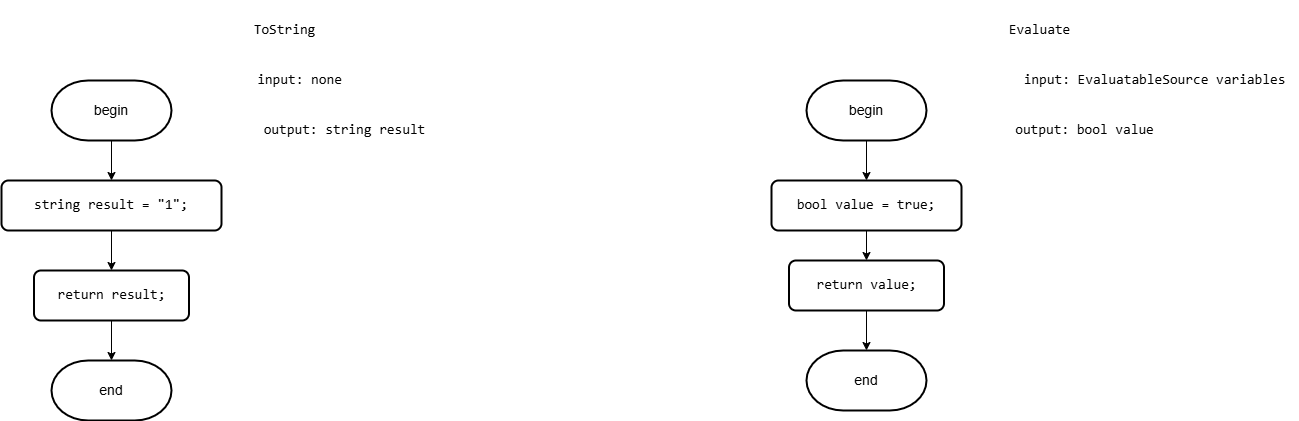
Earlier version of the draw.io export Diagrams/images/Truth.drawio.png (slavikovics/FictionalVariables). Source tidied: cells renumbered, new cells last; positions are measured from the earlier drawing's top-left corner, leaving out a move shared by most shapes.
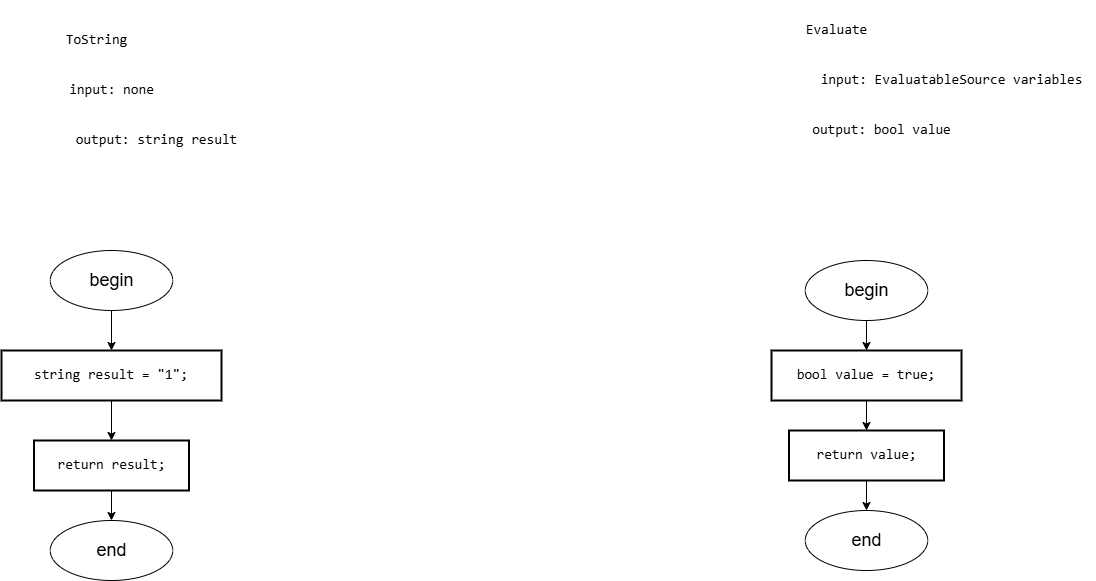
The same diagram one commit later.

Change to the diagram source:
```diff
@@ -3,64 +3,64 @@
     <mxCell id="0" />
     <mxCell id="1" parent="0" />
     <mxCell id="2" value="&lt;pre style=&quot;font-family: &amp;quot;JetBrains Mono&amp;quot;, monospace;&quot;&gt;Evaluate&lt;/pre&gt;" style="text;html=1;align=center;verticalAlign=middle;strokeColor=none;fillColor=none;fontSize=14;labelBackgroundColor=none;fontColor=#000000;" parent="1" vertex="1">
-      <mxGeometry x="992.5" width="90" height="60" as="geometry" />
+      <mxGeometry x="790" y="-170" width="90" height="60" as="geometry" />
     </mxCell>
-    <mxCell id="3" style="edgeStyle=orthogonalEdgeStyle;rounded=0;jettySize=auto;html=1;exitX=0.5;exitY=1;exitDx=0;exitDy=0;exitPerimeter=0;entryX=0.5;entryY=0;entryDx=0;entryDy=0;fontSize=14;labelBackgroundColor=none;fontColor=#000000;" parent="1" edge="1" source="4" target="6">
-      <mxGeometry relative="1" as="geometry" />
-    </mxCell>
-    <mxCell id="4" value="begin" style="strokeWidth=2;html=1;shape=mxgraph.flowchart.terminator;whiteSpace=wrap;fontSize=14;labelBackgroundColor=none;fontColor=#000000;" parent="1" vertex="1">
-      <mxGeometry x="805" y="80" width="120" height="60" as="geometry" />
-    </mxCell>
     <mxCell id="5" style="edgeStyle=orthogonalEdgeStyle;rounded=0;jettySize=auto;html=1;exitX=0.5;exitY=1;exitDx=0;exitDy=0;fontSize=14;labelBackgroundColor=none;fontColor=#000000;" parent="1" edge="1" source="6" target="20">
       <mxGeometry relative="1" as="geometry" />
     </mxCell>
-    <mxCell id="6" value="&lt;div style=&quot;&quot;&gt;&lt;pre style=&quot;font-family: &amp;quot;JetBrains Mono&amp;quot;, monospace;&quot;&gt;&lt;pre style=&quot;font-family: &amp;quot;JetBrains Mono&amp;quot;, monospace;&quot;&gt;&lt;pre style=&quot;font-family: &amp;quot;JetBrains Mono&amp;quot;, monospace;&quot;&gt;&lt;pre style=&quot;font-family: &amp;quot;JetBrains Mono&amp;quot;, monospace;&quot;&gt;&lt;div&gt;&lt;pre style=&quot;font-family: &amp;quot;JetBrains Mono&amp;quot;, monospace;&quot;&gt;&lt;span style=&quot;&quot;&gt;bool &lt;/span&gt;&lt;span style=&quot;&quot;&gt;value &lt;/span&gt;= &lt;span style=&quot;&quot;&gt;true&lt;/span&gt;;&lt;/pre&gt;&lt;/div&gt;&lt;/pre&gt;&lt;/pre&gt;&lt;/pre&gt;&lt;/pre&gt;&lt;/div&gt;" style="rounded=1;whiteSpace=wrap;html=1;absoluteArcSize=1;arcSize=14;strokeWidth=2;fontSize=14;labelBackgroundColor=none;fontColor=#000000;" parent="1" vertex="1">
+    <mxCell id="6" value="&lt;div style=&quot;&quot;&gt;&lt;pre style=&quot;font-family: &amp;quot;JetBrains Mono&amp;quot;, monospace;&quot;&gt;&lt;pre style=&quot;font-family: &amp;quot;JetBrains Mono&amp;quot;, monospace;&quot;&gt;&lt;pre style=&quot;font-family: &amp;quot;JetBrains Mono&amp;quot;, monospace;&quot;&gt;&lt;pre style=&quot;font-family: &amp;quot;JetBrains Mono&amp;quot;, monospace;&quot;&gt;&lt;div&gt;&lt;pre style=&quot;font-family: &amp;quot;JetBrains Mono&amp;quot;, monospace;&quot;&gt;&lt;span style=&quot;&quot;&gt;bool &lt;/span&gt;&lt;span style=&quot;&quot;&gt;value &lt;/span&gt;= &lt;span style=&quot;&quot;&gt;true&lt;/span&gt;;&lt;/pre&gt;&lt;/div&gt;&lt;/pre&gt;&lt;/pre&gt;&lt;/pre&gt;&lt;/pre&gt;&lt;/div&gt;" style="rounded=0;whiteSpace=wrap;html=1;absoluteArcSize=1;arcSize=14;strokeWidth=2;fontSize=14;labelBackgroundColor=none;fontColor=#000000;" parent="1" vertex="1">
       <mxGeometry x="770" y="180" width="190" height="50" as="geometry" />
     </mxCell>
     <mxCell id="7" value="&lt;pre style=&quot;font-family: &amp;quot;JetBrains Mono&amp;quot;, monospace;&quot;&gt;input: EvaluatableSource variables&lt;/pre&gt;" style="text;html=1;align=center;verticalAlign=middle;strokeColor=none;fillColor=none;fontSize=14;labelBackgroundColor=none;fontColor=#000000;" parent="1" vertex="1">
-      <mxGeometry x="1007.5" y="50" width="290" height="60" as="geometry" />
+      <mxGeometry x="805" y="-120" width="290" height="60" as="geometry" />
     </mxCell>
     <mxCell id="8" value="&lt;pre style=&quot;font-family: &amp;quot;JetBrains Mono&amp;quot;, monospace;&quot;&gt;output: bool value&lt;/pre&gt;" style="text;html=1;align=center;verticalAlign=middle;strokeColor=none;fillColor=none;fontSize=14;labelBackgroundColor=none;fontColor=#000000;" parent="1" vertex="1">
-      <mxGeometry x="1002.5" y="100" width="160" height="60" as="geometry" />
+      <mxGeometry x="800" y="-70" width="160" height="60" as="geometry" />
     </mxCell>
-    <mxCell id="9" value="end" style="strokeWidth=2;html=1;shape=mxgraph.flowchart.terminator;whiteSpace=wrap;fontSize=14;labelBackgroundColor=none;fontColor=#000000;" parent="1" vertex="1">
-      <mxGeometry x="805" y="350" width="120" height="60" as="geometry" />
-    </mxCell>
     <mxCell id="10" value="&lt;pre style=&quot;font-family: &amp;quot;JetBrains Mono&amp;quot;, monospace;&quot;&gt;ToString&lt;/pre&gt;" style="text;html=1;align=center;verticalAlign=middle;strokeColor=none;fillColor=none;fontSize=14;labelBackgroundColor=none;fontColor=#000000;" parent="1" vertex="1">
-      <mxGeometry x="237.5" width="90" height="60" as="geometry" />
+      <mxGeometry x="50" y="-160" width="90" height="60" as="geometry" />
     </mxCell>
-    <mxCell id="11" style="edgeStyle=orthogonalEdgeStyle;rounded=0;jettySize=auto;html=1;exitX=0.5;exitY=1;exitDx=0;exitDy=0;exitPerimeter=0;entryX=0.5;entryY=0;entryDx=0;entryDy=0;fontSize=14;labelBackgroundColor=none;fontColor=#000000;" parent="1" edge="1" source="12" target="14">
-      <mxGeometry relative="1" as="geometry" />
-    </mxCell>
-    <mxCell id="12" value="begin" style="strokeWidth=2;html=1;shape=mxgraph.flowchart.terminator;whiteSpace=wrap;fontSize=14;labelBackgroundColor=none;fontColor=#000000;" parent="1" vertex="1">
-      <mxGeometry x="50" y="80" width="120" height="60" as="geometry" />
-    </mxCell>
     <mxCell id="13" style="edgeStyle=orthogonalEdgeStyle;rounded=0;jettySize=auto;html=1;exitX=0.5;exitY=1;exitDx=0;exitDy=0;fontSize=14;labelBackgroundColor=none;fontColor=#000000;" parent="1" edge="1" source="14" target="18">
       <mxGeometry relative="1" as="geometry" />
     </mxCell>
-    <mxCell id="14" value="&lt;div style=&quot;&quot;&gt;&lt;pre style=&quot;font-family: &amp;quot;JetBrains Mono&amp;quot;, monospace;&quot;&gt;&lt;pre style=&quot;font-family: &amp;quot;JetBrains Mono&amp;quot;, monospace;&quot;&gt;&lt;pre style=&quot;font-family: &amp;quot;JetBrains Mono&amp;quot;, monospace;&quot;&gt;&lt;pre style=&quot;font-family: &amp;quot;JetBrains Mono&amp;quot;, monospace;&quot;&gt;&lt;pre style=&quot;font-family: &amp;quot;JetBrains Mono&amp;quot;, monospace;&quot;&gt;&lt;div&gt;&lt;pre style=&quot;font-family: &amp;quot;JetBrains Mono&amp;quot;, monospace;&quot;&gt;&lt;span style=&quot;&quot;&gt;string &lt;/span&gt;&lt;span style=&quot;&quot;&gt;result &lt;/span&gt;= &lt;span style=&quot;&quot;&gt;&quot;1&quot;&lt;/span&gt;;&lt;/pre&gt;&lt;/div&gt;&lt;/pre&gt;&lt;/pre&gt;&lt;/pre&gt;&lt;/pre&gt;&lt;/pre&gt;&lt;/div&gt;" style="rounded=1;whiteSpace=wrap;html=1;absoluteArcSize=1;arcSize=14;strokeWidth=2;fontSize=14;labelBackgroundColor=none;fontColor=#000000;" parent="1" vertex="1">
+    <mxCell id="14" value="&lt;div style=&quot;&quot;&gt;&lt;pre style=&quot;font-family: &amp;quot;JetBrains Mono&amp;quot;, monospace;&quot;&gt;&lt;pre style=&quot;font-family: &amp;quot;JetBrains Mono&amp;quot;, monospace;&quot;&gt;&lt;pre style=&quot;font-family: &amp;quot;JetBrains Mono&amp;quot;, monospace;&quot;&gt;&lt;pre style=&quot;font-family: &amp;quot;JetBrains Mono&amp;quot;, monospace;&quot;&gt;&lt;pre style=&quot;font-family: &amp;quot;JetBrains Mono&amp;quot;, monospace;&quot;&gt;&lt;div&gt;&lt;pre style=&quot;font-family: &amp;quot;JetBrains Mono&amp;quot;, monospace;&quot;&gt;&lt;span style=&quot;&quot;&gt;string &lt;/span&gt;&lt;span style=&quot;&quot;&gt;result &lt;/span&gt;= &lt;span style=&quot;&quot;&gt;&quot;1&quot;&lt;/span&gt;;&lt;/pre&gt;&lt;/div&gt;&lt;/pre&gt;&lt;/pre&gt;&lt;/pre&gt;&lt;/pre&gt;&lt;/pre&gt;&lt;/div&gt;" style="rounded=0;whiteSpace=wrap;html=1;absoluteArcSize=1;arcSize=14;strokeWidth=2;fontSize=14;labelBackgroundColor=none;fontColor=#000000;" parent="1" vertex="1">
       <mxGeometry y="180" width="220" height="50" as="geometry" />
     </mxCell>
     <mxCell id="15" value="&lt;pre style=&quot;font-family: &amp;quot;JetBrains Mono&amp;quot;, monospace;&quot;&gt;input: none&lt;/pre&gt;" style="text;html=1;align=center;verticalAlign=middle;strokeColor=none;fillColor=none;fontSize=14;labelBackgroundColor=none;fontColor=#000000;" parent="1" vertex="1">
-      <mxGeometry x="242.5" y="50" width="110" height="60" as="geometry" />
+      <mxGeometry x="55" y="-110" width="110" height="60" as="geometry" />
     </mxCell>
     <mxCell id="16" value="&lt;pre style=&quot;font-family: &amp;quot;JetBrains Mono&amp;quot;, monospace;&quot;&gt;output: string result&lt;/pre&gt;" style="text;html=1;align=center;verticalAlign=middle;strokeColor=none;fillColor=none;fontSize=14;labelBackgroundColor=none;fontColor=#000000;" parent="1" vertex="1">
-      <mxGeometry x="247.5" y="100" width="190" height="60" as="geometry" />
+      <mxGeometry x="60" y="-60" width="190" height="60" as="geometry" />
     </mxCell>
-    <mxCell id="17" value="end" style="strokeWidth=2;html=1;shape=mxgraph.flowchart.terminator;whiteSpace=wrap;fontSize=14;labelBackgroundColor=none;fontColor=#000000;" parent="1" vertex="1">
-      <mxGeometry x="50" y="360" width="120" height="60" as="geometry" />
-    </mxCell>
+    <mxCell id="22" style="edgeStyle=orthogonalEdgeStyle;rounded=0;jettySize=auto;html=1;exitX=0.5;exitY=1;exitDx=0;exitDy=0;entryX=0.5;entryY=0;entryDx=0;entryDy=0;" parent="1" edge="1" source="18" target="26">
+      <mxGeometry relative="1" as="geometry" />
+    </mxCell>
-    <mxCell id="18" value="&lt;div style=&quot;&quot;&gt;&lt;pre style=&quot;font-family: &amp;quot;JetBrains Mono&amp;quot;, monospace;&quot;&gt;&lt;pre style=&quot;font-family: &amp;quot;JetBrains Mono&amp;quot;, monospace;&quot;&gt;&lt;pre style=&quot;font-family: &amp;quot;JetBrains Mono&amp;quot;, monospace;&quot;&gt;&lt;pre style=&quot;font-family: &amp;quot;JetBrains Mono&amp;quot;, monospace;&quot;&gt;&lt;pre style=&quot;font-family: &amp;quot;JetBrains Mono&amp;quot;, monospace;&quot;&gt;&lt;pre style=&quot;font-family: &amp;quot;JetBrains Mono&amp;quot;, monospace;&quot;&gt;&lt;div&gt;&lt;pre style=&quot;font-family: &amp;quot;JetBrains Mono&amp;quot;, monospace;&quot;&gt;&lt;span style=&quot;&quot;&gt;return &lt;/span&gt;result;&lt;/pre&gt;&lt;/div&gt;&lt;/pre&gt;&lt;/pre&gt;&lt;/pre&gt;&lt;/pre&gt;&lt;/pre&gt;&lt;/pre&gt;&lt;/div&gt;" style="rounded=1;whiteSpace=wrap;html=1;absoluteArcSize=1;arcSize=14;strokeWidth=2;fontSize=14;labelBackgroundColor=none;fontColor=#000000;" parent="1" vertex="1">
+    <mxCell id="18" value="&lt;div style=&quot;&quot;&gt;&lt;pre style=&quot;font-family: &amp;quot;JetBrains Mono&amp;quot;, monospace;&quot;&gt;&lt;pre style=&quot;font-family: &amp;quot;JetBrains Mono&amp;quot;, monospace;&quot;&gt;&lt;pre style=&quot;font-family: &amp;quot;JetBrains Mono&amp;quot;, monospace;&quot;&gt;&lt;pre style=&quot;font-family: &amp;quot;JetBrains Mono&amp;quot;, monospace;&quot;&gt;&lt;pre style=&quot;font-family: &amp;quot;JetBrains Mono&amp;quot;, monospace;&quot;&gt;&lt;pre style=&quot;font-family: &amp;quot;JetBrains Mono&amp;quot;, monospace;&quot;&gt;&lt;div&gt;&lt;pre style=&quot;font-family: &amp;quot;JetBrains Mono&amp;quot;, monospace;&quot;&gt;&lt;span style=&quot;&quot;&gt;return &lt;/span&gt;result;&lt;/pre&gt;&lt;/div&gt;&lt;/pre&gt;&lt;/pre&gt;&lt;/pre&gt;&lt;/pre&gt;&lt;/pre&gt;&lt;/pre&gt;&lt;/div&gt;" style="rounded=0;whiteSpace=wrap;html=1;absoluteArcSize=1;arcSize=14;strokeWidth=2;fontSize=14;labelBackgroundColor=none;fontColor=#000000;" parent="1" vertex="1">
       <mxGeometry x="32.5" y="270" width="155" height="50" as="geometry" />
     </mxCell>
-    <mxCell id="19" style="edgeStyle=orthogonalEdgeStyle;rounded=0;jettySize=auto;html=1;exitX=0.5;exitY=1;exitDx=0;exitDy=0;entryX=0.5;entryY=0;entryDx=0;entryDy=0;entryPerimeter=0;fontSize=14;labelBackgroundColor=none;fontColor=#000000;" parent="1" edge="1" source="18" target="17">
-      <mxGeometry relative="1" as="geometry" />
-    </mxCell>
+    <mxCell id="23" style="edgeStyle=orthogonalEdgeStyle;rounded=0;jettySize=auto;html=1;exitX=0.5;exitY=1;exitDx=0;exitDy=0;entryX=0.5;entryY=0;entryDx=0;entryDy=0;" parent="1" edge="1" source="20" target="29">
+      <mxGeometry relative="1" as="geometry" />
+    </mxCell>
-    <mxCell id="20" value="&lt;div style=&quot;&quot;&gt;&lt;pre style=&quot;font-family: &amp;quot;JetBrains Mono&amp;quot;, monospace;&quot;&gt;&lt;pre style=&quot;font-family: &amp;quot;JetBrains Mono&amp;quot;, monospace;&quot;&gt;&lt;pre style=&quot;font-family: &amp;quot;JetBrains Mono&amp;quot;, monospace;&quot;&gt;&lt;pre style=&quot;font-family: &amp;quot;JetBrains Mono&amp;quot;, monospace;&quot;&gt;&lt;pre style=&quot;font-family: &amp;quot;JetBrains Mono&amp;quot;, monospace;&quot;&gt;&lt;pre style=&quot;font-family: &amp;quot;JetBrains Mono&amp;quot;, monospace;&quot;&gt;&lt;pre style=&quot;font-family: &amp;quot;JetBrains Mono&amp;quot;, monospace;&quot;&gt;&lt;div&gt;&lt;pre style=&quot;font-family: &amp;quot;JetBrains Mono&amp;quot;, monospace;&quot;&gt;&lt;span style=&quot;&quot;&gt;return &lt;/span&gt;&lt;span style=&quot;&quot;&gt;value&lt;/span&gt;;&lt;/pre&gt;&lt;/div&gt;&lt;/pre&gt;&lt;/pre&gt;&lt;/pre&gt;&lt;/pre&gt;&lt;/pre&gt;&lt;/pre&gt;&lt;/pre&gt;&lt;/div&gt;" style="rounded=1;whiteSpace=wrap;html=1;absoluteArcSize=1;arcSize=14;strokeWidth=2;fontSize=14;labelBackgroundColor=none;fontColor=#000000;" parent="1" vertex="1">
+    <mxCell id="20" value="&lt;div style=&quot;&quot;&gt;&lt;pre style=&quot;font-family: &amp;quot;JetBrains Mono&amp;quot;, monospace;&quot;&gt;&lt;pre style=&quot;font-family: &amp;quot;JetBrains Mono&amp;quot;, monospace;&quot;&gt;&lt;pre style=&quot;font-family: &amp;quot;JetBrains Mono&amp;quot;, monospace;&quot;&gt;&lt;pre style=&quot;font-family: &amp;quot;JetBrains Mono&amp;quot;, monospace;&quot;&gt;&lt;pre style=&quot;font-family: &amp;quot;JetBrains Mono&amp;quot;, monospace;&quot;&gt;&lt;pre style=&quot;font-family: &amp;quot;JetBrains Mono&amp;quot;, monospace;&quot;&gt;&lt;pre style=&quot;font-family: &amp;quot;JetBrains Mono&amp;quot;, monospace;&quot;&gt;&lt;div&gt;&lt;pre style=&quot;font-family: &amp;quot;JetBrains Mono&amp;quot;, monospace;&quot;&gt;&lt;span style=&quot;&quot;&gt;return &lt;/span&gt;&lt;span style=&quot;&quot;&gt;value&lt;/span&gt;;&lt;/pre&gt;&lt;/div&gt;&lt;/pre&gt;&lt;/pre&gt;&lt;/pre&gt;&lt;/pre&gt;&lt;/pre&gt;&lt;/pre&gt;&lt;/pre&gt;&lt;/div&gt;" style="rounded=0;whiteSpace=wrap;html=1;absoluteArcSize=1;arcSize=14;strokeWidth=2;fontSize=14;labelBackgroundColor=none;fontColor=#000000;" parent="1" vertex="1">
       <mxGeometry x="787.5" y="260" width="155" height="50" as="geometry" />
     </mxCell>
-    <mxCell id="21" style="edgeStyle=orthogonalEdgeStyle;rounded=0;jettySize=auto;html=1;exitX=0.5;exitY=1;exitDx=0;exitDy=0;entryX=0.5;entryY=0;entryDx=0;entryDy=0;entryPerimeter=0;fontSize=14;labelBackgroundColor=none;fontColor=#000000;" parent="1" edge="1" source="20" target="9">
-      <mxGeometry relative="1" as="geometry" />
-    </mxCell>
+    <mxCell id="24" style="edgeStyle=orthogonalEdgeStyle;rounded=0;jettySize=auto;html=1;exitX=0.5;exitY=1;exitDx=0;exitDy=0;entryX=0.5;entryY=0;entryDx=0;entryDy=0;" parent="1" edge="1" source="25" target="14">
+      <mxGeometry relative="1" as="geometry" />
+    </mxCell>
+    <mxCell id="25" value="&lt;font style=&quot;font-size: 18px;&quot;&gt;begin&lt;/font&gt;" style="ellipse;whiteSpace=wrap;html=1;" parent="1" vertex="1">
+      <mxGeometry x="48.8" y="80" width="122.5" height="60" as="geometry" />
+    </mxCell>
+    <mxCell id="26" value="&lt;font style=&quot;font-size: 18px;&quot;&gt;end&lt;/font&gt;" style="ellipse;whiteSpace=wrap;html=1;" parent="1" vertex="1">
+      <mxGeometry x="48.7" y="350" width="122.5" height="60" as="geometry" />
+    </mxCell>
+    <mxCell id="27" style="edgeStyle=orthogonalEdgeStyle;rounded=0;jettySize=auto;html=1;exitX=0.5;exitY=1;exitDx=0;exitDy=0;entryX=0.5;entryY=0;entryDx=0;entryDy=0;" parent="1" edge="1" source="28" target="6">
+      <mxGeometry relative="1" as="geometry" />
+    </mxCell>
+    <mxCell id="28" value="&lt;font style=&quot;font-size: 18px;&quot;&gt;begin&lt;/font&gt;" style="ellipse;whiteSpace=wrap;html=1;" parent="1" vertex="1">
+      <mxGeometry x="803.8" y="90" width="122.5" height="60" as="geometry" />
+    </mxCell>
+    <mxCell id="29" value="&lt;font style=&quot;font-size: 18px;&quot;&gt;end&lt;/font&gt;" style="ellipse;whiteSpace=wrap;html=1;" parent="1" vertex="1">
+      <mxGeometry x="803.7" y="340" width="122.5" height="60" as="geometry" />
+    </mxCell>
   </root>
 </mxGraphModel>
```
